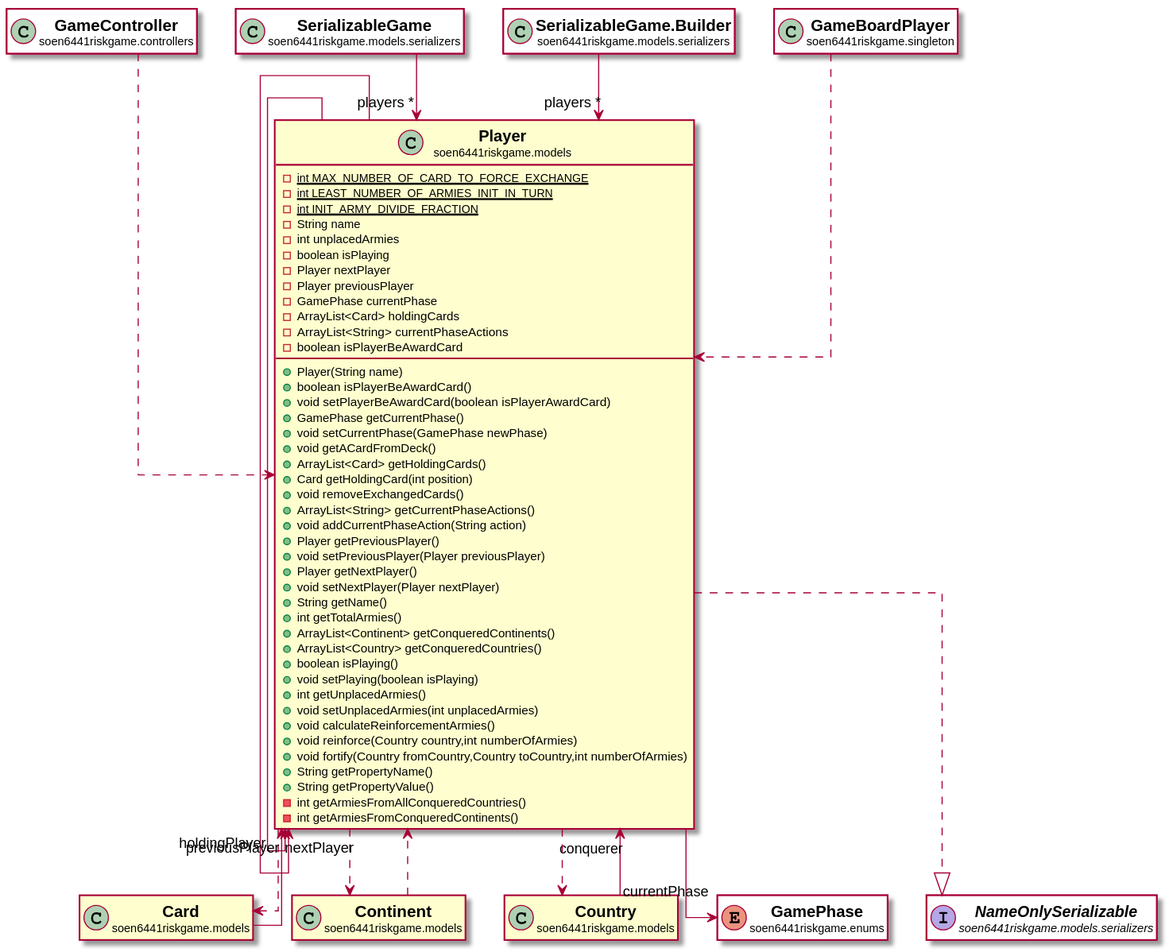
The PlantUML diagram docs/javadocs/soen6441riskgame/models/Player.svg in huntertran/soen6441-riskgame, before a commit.
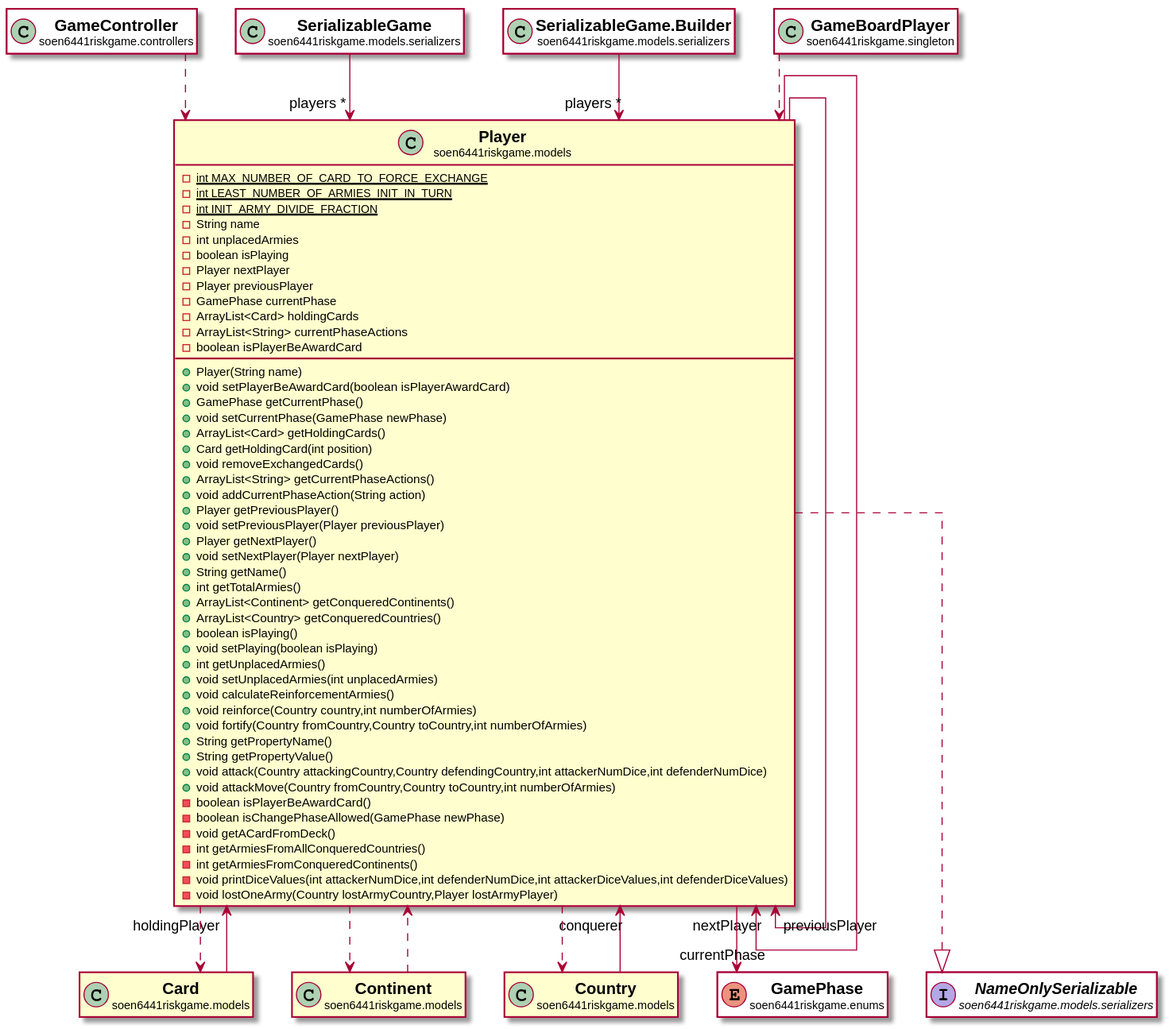
After the commit.

Change to the diagram source:
```diff
@@ -17,11 +17,9 @@
 -ArrayList<String> currentPhaseActions
 -boolean isPlayerBeAwardCard
 +Player(String name)
-+boolean isPlayerBeAwardCard()
 +void setPlayerBeAwardCard(boolean isPlayerAwardCard)
 +GamePhase getCurrentPhase()
 +void setCurrentPhase(GamePhase newPhase)
-+void getACardFromDeck()
 +ArrayList<Card> getHoldingCards()
 +Card getHoldingCard(int position)
 +void removeExchangedCards()
@@ -44,8 +42,15 @@
 +void fortify(Country fromCountry,Country toCountry,int numberOfArmies)
 +String getPropertyName()
 +String getPropertyValue()
++void attack(Country attackingCountry,Country defendingCountry,int attackerNumDice,int defenderNumDice)
++void attackMove(Country fromCountry,Country toCountry,int numberOfArmies)
+-boolean isPlayerBeAwardCard()
+-boolean isChangePhaseAllowed(GamePhase newPhase)
+-void getACardFromDeck()
 -int getArmiesFromAllConqueredCountries()
 -int getArmiesFromConqueredContinents()
+-void printDiceValues(int attackerNumDice,int defenderNumDice,int attackerDiceValues,int defenderDiceValues)
+-void lostOneArmy(Country lostArmyCountry,Player lostArmyPlayer)
 }
 
 
```
